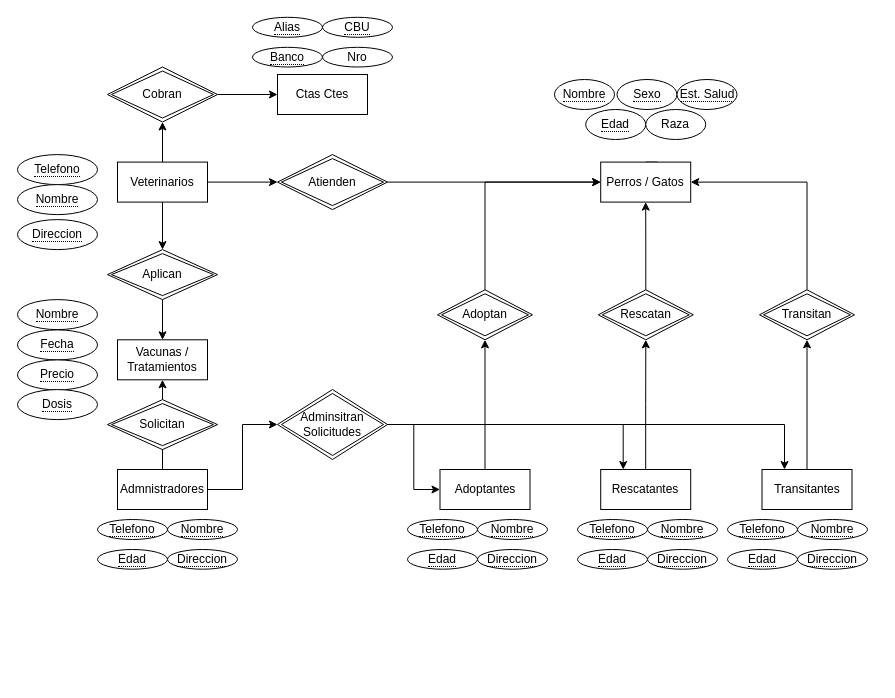
Before: Diagrama sin título.drawio in Dfrugone/ITFS-4, a draw.io diagram. Source tidied: cells renumbered, new cells numbered last; positions are measured from the earlier drawing's top-left corner, leaving out a move shared by most shapes. Both pictures are drawn from the tidied source at 100%, with x=0, y=0 at pixel (17, 17).
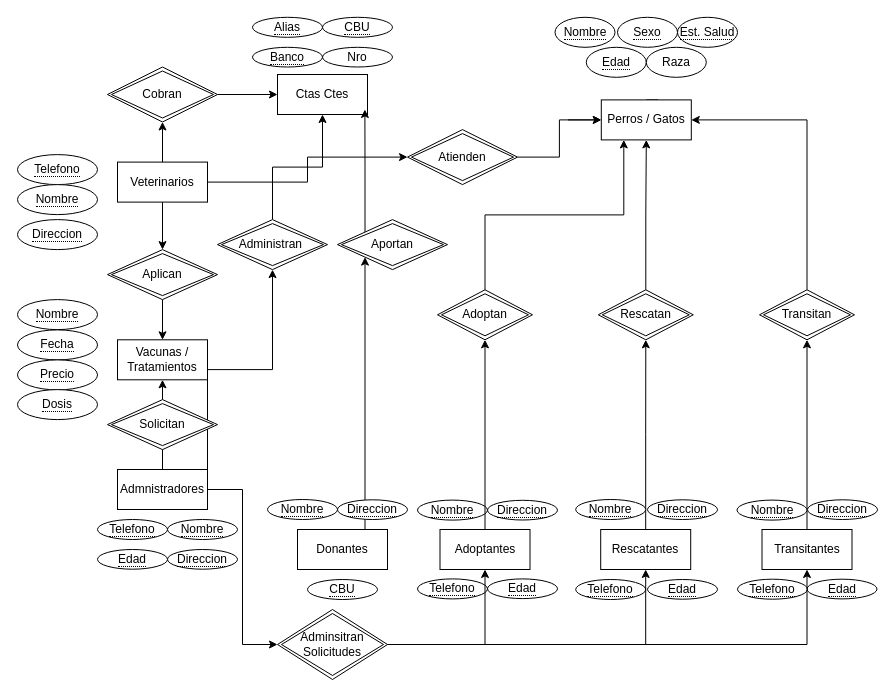
The same diagram, later.

Commit message:
Base Conceptual v2.drawio

The change refers to these unchanged cells:
```xml
<mxCell id="7" value="Adoptan" style="shape=rhombus;double=1;perimeter=rhombusPerimeter;whiteSpace=wrap;html=1;align=center;" parent="1" vertex="1">
  <mxGeometry x="420" y="272.3" width="95" height="50" as="geometry" />
</mxCell>
<mxCell id="46" value="Admnistradores" style="rounded=0;whiteSpace=wrap;html=1;" parent="1" vertex="1">
  <mxGeometry x="100" y="452" width="90" height="40" as="geometry" />
</mxCell>
<mxCell id="62" value="Ctas Ctes" style="rounded=0;whiteSpace=wrap;html=1;" parent="1" vertex="1">
  <mxGeometry x="260" y="57" width="90" height="40" as="geometry" />
</mxCell>
```

Diff of the diagram source:
```diff
@@
     <mxCell id="2" value="&lt;span style=&quot;border-bottom: 1px dotted&quot;&gt;Nombre&lt;/span&gt;" style="ellipse;whiteSpace=wrap;html=1;align=center;" parent="1" vertex="1">
-      <mxGeometry x="537" y="62" width="60" height="30" as="geometry" />
+      <mxGeometry x="537.5" y="-0.2" width="60" height="30" as="geometry" />
     </mxCell>
     <mxCell id="3" value="&lt;span style=&quot;border-bottom: 1px dotted&quot;&gt;Edad&lt;/span&gt;" style="ellipse;whiteSpace=wrap;html=1;align=center;" parent="1" vertex="1">
-      <mxGeometry x="568.2" y="92" width="60" height="30" as="geometry" />
+      <mxGeometry x="568.8" y="29.8" width="60" height="30" as="geometry" />
     </mxCell>
     <mxCell id="4" value="Raza" style="ellipse;whiteSpace=wrap;html=1;align=center;" parent="1" vertex="1">
-      <mxGeometry x="628.2" y="92" width="60" height="30" as="geometry" />
+      <mxGeometry x="628.8" y="29.8" width="60" height="30" as="geometry" />
     </mxCell>
     <mxCell id="5" value="&lt;span style=&quot;border-bottom: 1px dotted&quot;&gt;Sexo&lt;/span&gt;" style="ellipse;whiteSpace=wrap;html=1;align=center;" parent="1" vertex="1">
-      <mxGeometry x="599.5" y="62" width="60" height="30" as="geometry" />
+      <mxGeometry x="600" y="-0.2" width="60" height="30" as="geometry" />
     </mxCell>
-    <mxCell id="6" style="edgeStyle=orthogonalEdgeStyle;rounded=0;jettySize=auto;html=1;exitX=0.5;exitY=0;exitDx=0;exitDy=0;entryX=0;entryY=0.5;entryDx=0;entryDy=0;" parent="1" edge="1" source="7" target="48">
+    <mxCell id="6" style="edgeStyle=orthogonalEdgeStyle;rounded=0;jettySize=auto;html=1;entryX=0;entryY=0.5;entryDx=0;entryDy=0;" parent="1" edge="1" source="29" target="48">
       <mxGeometry relative="1" as="geometry" />
     </mxCell>
@@
     <mxCell id="8" value="&lt;span style=&quot;border-bottom: 1px dotted&quot;&gt;Est. Salud&lt;/span&gt;" style="ellipse;whiteSpace=wrap;html=1;align=center;" parent="1" vertex="1">
-      <mxGeometry x="659.5" y="62" width="60" height="30" as="geometry" />
+      <mxGeometry x="660" y="-0.2" width="60" height="30" as="geometry" />
     </mxCell>
     <mxCell id="9" value="&lt;span style=&quot;border-bottom: 1px dotted&quot;&gt;Nombre&lt;/span&gt;" style="ellipse;whiteSpace=wrap;html=1;align=center;" parent="1" vertex="1">
-      <mxGeometry x="460" y="502" width="70" height="20" as="geometry" />
+      <mxGeometry x="400" y="482.6" width="70" height="20" as="geometry" />
     </mxCell>
     <mxCell id="10" value="&lt;span style=&quot;border-bottom: 1px dotted&quot;&gt;Edad&lt;/span&gt;" style="ellipse;whiteSpace=wrap;html=1;align=center;" parent="1" vertex="1">
-      <mxGeometry x="390" y="532" width="70" height="19.7" as="geometry" />
+      <mxGeometry x="470" y="561.4" width="70" height="19.7" as="geometry" />
     </mxCell>
     <mxCell id="11" value="&lt;span style=&quot;border-bottom: 1px dotted&quot;&gt;Telefono&lt;/span&gt;" style="ellipse;whiteSpace=wrap;html=1;align=center;" parent="1" vertex="1">
-      <mxGeometry x="390" y="502" width="70" height="20" as="geometry" />
+      <mxGeometry x="400" y="561.4" width="70" height="20" as="geometry" />
     </mxCell>
     <mxCell id="12" value="&lt;span style=&quot;border-bottom: 1px dotted&quot;&gt;Direccion&lt;/span&gt;" style="ellipse;whiteSpace=wrap;html=1;align=center;" parent="1" vertex="1">
-      <mxGeometry x="460" y="532" width="70" height="19.7" as="geometry" />
+      <mxGeometry x="470" y="482.8" width="70" height="19.7" as="geometry" />
     </mxCell>
@@
-    <mxCell id="28" style="edgeStyle=orthogonalEdgeStyle;rounded=0;jettySize=auto;html=1;exitX=1;exitY=0.5;exitDx=0;exitDy=0;entryX=0;entryY=0.5;entryDx=0;entryDy=0;" parent="1" edge="1" source="29" target="48">
-      <mxGeometry relative="1" as="geometry" />
+    <mxCell id="28" style="edgeStyle=orthogonalEdgeStyle;rounded=0;jettySize=auto;html=1;exitX=1;exitY=0.5;exitDx=0;exitDy=0;entryX=0;entryY=0.5;entryDx=0;entryDy=0;" parent="1" edge="1" target="48">
+      <mxGeometry relative="1" as="geometry">
+        <mxPoint x="550.5" y="102.4" as="sourcePoint" />
+      </mxGeometry>
     </mxCell>
-    <mxCell id="29" value="Atienden" style="shape=rhombus;double=1;perimeter=rhombusPerimeter;whiteSpace=wrap;html=1;align=center;" parent="1" vertex="1">
-      <mxGeometry x="260" y="137.1" width="110" height="55" as="geometry" />
-    </mxCell>
@@
     <mxCell id="31" value="Adoptantes" style="rounded=0;whiteSpace=wrap;html=1;" parent="1" vertex="1">
-      <mxGeometry x="422.5" y="452" width="90" height="40" as="geometry" />
+      <mxGeometry x="422.5" y="512" width="90" height="40" as="geometry" />
     </mxCell>
@@
     <mxCell id="33" value="Rescatantes" style="rounded=0;whiteSpace=wrap;html=1;" parent="1" vertex="1">
-      <mxGeometry x="583.2" y="452" width="90" height="40" as="geometry" />
+      <mxGeometry x="583.2" y="512" width="90" height="40" as="geometry" />
     </mxCell>
     <mxCell id="34" style="edgeStyle=orthogonalEdgeStyle;rounded=0;jettySize=auto;html=1;exitX=0.5;exitY=0;exitDx=0;exitDy=0;" parent="1" edge="1" source="48">
       <mxGeometry relative="1" as="geometry">
-        <mxPoint x="640" y="172" as="targetPoint" />
+        <mxPoint x="640.5" y="109.8" as="targetPoint" />
       </mxGeometry>
     </mxCell>
@@
     <mxCell id="37" value="Transitantes" style="rounded=0;whiteSpace=wrap;html=1;" parent="1" vertex="1">
-      <mxGeometry x="744.5" y="452" width="90" height="40" as="geometry" />
+      <mxGeometry x="744.5" y="512" width="90" height="40" as="geometry" />
     </mxCell>
     <mxCell id="38" value="&lt;span style=&quot;border-bottom: 1px dotted&quot;&gt;Nombre&lt;/span&gt;" style="ellipse;whiteSpace=wrap;html=1;align=center;" parent="1" vertex="1">
-      <mxGeometry x="630" y="502" width="70" height="20" as="geometry" />
+      <mxGeometry x="558.2" y="482" width="70" height="20" as="geometry" />
     </mxCell>
     <mxCell id="39" value="&lt;span style=&quot;border-bottom: 1px dotted&quot;&gt;Edad&lt;/span&gt;" style="ellipse;whiteSpace=wrap;html=1;align=center;" parent="1" vertex="1">
-      <mxGeometry x="560" y="532" width="70" height="19.7" as="geometry" />
+      <mxGeometry x="630" y="562" width="70" height="19.7" as="geometry" />
     </mxCell>
     <mxCell id="40" value="&lt;span style=&quot;border-bottom: 1px dotted&quot;&gt;Telefono&lt;/span&gt;" style="ellipse;whiteSpace=wrap;html=1;align=center;" parent="1" vertex="1">
-      <mxGeometry x="560" y="502" width="70" height="20" as="geometry" />
+      <mxGeometry x="558.2" y="562" width="70" height="20" as="geometry" />
     </mxCell>
     <mxCell id="41" value="&lt;span style=&quot;border-bottom: 1px dotted&quot;&gt;Direccion&lt;/span&gt;" style="ellipse;whiteSpace=wrap;html=1;align=center;" parent="1" vertex="1">
-      <mxGeometry x="630" y="532" width="70" height="19.7" as="geometry" />
+      <mxGeometry x="630" y="482.3" width="70" height="19.7" as="geometry" />
     </mxCell>
@@
+    <mxCell id="69" style="edgeStyle=orthogonalEdgeStyle;rounded=0;jettySize=auto;html=1;exitX=1;exitY=0;exitDx=0;exitDy=0;entryX=0.5;entryY=1;entryDx=0;entryDy=0;" parent="1" edge="1" source="46" target="71">
+      <mxGeometry relative="1" as="geometry" />
+    </mxCell>
@@
     <mxCell id="48" value="Perros / Gatos" style="rounded=0;whiteSpace=wrap;html=1;" parent="1" vertex="1">
-      <mxGeometry x="583.2" y="144.6" width="90" height="40" as="geometry" />
+      <mxGeometry x="583.8" y="82.4" width="90" height="40" as="geometry" />
     </mxCell>
     <mxCell id="49" value="&lt;span style=&quot;border-bottom: 1px dotted&quot;&gt;Nombre&lt;/span&gt;" style="ellipse;whiteSpace=wrap;html=1;align=center;" parent="1" vertex="1">
-      <mxGeometry x="780" y="502" width="70" height="20" as="geometry" />
+      <mxGeometry x="719.5" y="482.6" width="70" height="20" as="geometry" />
     </mxCell>
     <mxCell id="50" value="&lt;span style=&quot;border-bottom: 1px dotted&quot;&gt;Edad&lt;/span&gt;" style="ellipse;whiteSpace=wrap;html=1;align=center;" parent="1" vertex="1">
-      <mxGeometry x="710" y="532" width="70" height="19.7" as="geometry" />
+      <mxGeometry x="789.5" y="561.7" width="70" height="19.7" as="geometry" />
     </mxCell>
     <mxCell id="51" value="&lt;span style=&quot;border-bottom: 1px dotted&quot;&gt;Telefono&lt;/span&gt;" style="ellipse;whiteSpace=wrap;html=1;align=center;" parent="1" vertex="1">
-      <mxGeometry x="710" y="502" width="70" height="20" as="geometry" />
+      <mxGeometry x="720" y="561.7" width="70" height="20" as="geometry" />
     </mxCell>
     <mxCell id="52" value="&lt;span style=&quot;border-bottom: 1px dotted&quot;&gt;Direccion&lt;/span&gt;" style="ellipse;whiteSpace=wrap;html=1;align=center;" parent="1" vertex="1">
-      <mxGeometry x="780" y="532" width="70" height="19.7" as="geometry" />
+      <mxGeometry x="790" y="482.3" width="70" height="19.7" as="geometry" />
     </mxCell>
-    <mxCell id="53" style="edgeStyle=orthogonalEdgeStyle;rounded=0;jettySize=auto;html=1;exitX=1;exitY=0.5;exitDx=0;exitDy=0;entryX=0;entryY=0.5;entryDx=0;entryDy=0;" parent="1" edge="1" source="56" target="31">
+    <mxCell id="53" style="edgeStyle=orthogonalEdgeStyle;rounded=0;jettySize=auto;html=1;exitX=1;exitY=0.5;exitDx=0;exitDy=0;entryX=0.5;entryY=1;entryDx=0;entryDy=0;" parent="1" edge="1" source="56" target="31">
       <mxGeometry relative="1" as="geometry" />
     </mxCell>
-    <mxCell id="54" style="edgeStyle=orthogonalEdgeStyle;rounded=0;jettySize=auto;html=1;exitX=1;exitY=0.5;exitDx=0;exitDy=0;entryX=0.25;entryY=0;entryDx=0;entryDy=0;" parent="1" edge="1" source="56" target="33">
+    <mxCell id="54" style="edgeStyle=orthogonalEdgeStyle;rounded=0;jettySize=auto;html=1;exitX=1;exitY=0.5;exitDx=0;exitDy=0;entryX=0.5;entryY=1;entryDx=0;entryDy=0;" parent="1" edge="1" source="56" target="33">
       <mxGeometry relative="1" as="geometry" />
     </mxCell>
-    <mxCell id="55" style="edgeStyle=orthogonalEdgeStyle;rounded=0;jettySize=auto;html=1;exitX=1;exitY=0.5;exitDx=0;exitDy=0;entryX=0.25;entryY=0;entryDx=0;entryDy=0;" parent="1" edge="1" source="56" target="37">
+    <mxCell id="55" style="edgeStyle=orthogonalEdgeStyle;rounded=0;jettySize=auto;html=1;exitX=1;exitY=0.5;exitDx=0;exitDy=0;entryX=0.5;entryY=1;entryDx=0;entryDy=0;" parent="1" edge="1" source="56" target="37">
       <mxGeometry relative="1" as="geometry" />
     </mxCell>
     <mxCell id="56" value="Adminsitran Solicitudes" style="shape=rhombus;double=1;perimeter=rhombusPerimeter;whiteSpace=wrap;html=1;align=center;" parent="1" vertex="1">
-      <mxGeometry x="260" y="372" width="110" height="70" as="geometry" />
+      <mxGeometry x="260" y="592" width="110" height="70" as="geometry" />
     </mxCell>
@@
+    <mxCell id="70" style="edgeStyle=orthogonalEdgeStyle;rounded=0;jettySize=auto;html=1;exitX=0.5;exitY=0;exitDx=0;exitDy=0;entryX=0.5;entryY=1;entryDx=0;entryDy=0;" parent="1" edge="1" source="71" target="62">
+      <mxGeometry relative="1" as="geometry" />
+    </mxCell>
+    <mxCell id="71" value="Administran&amp;nbsp;" style="shape=rhombus;double=1;perimeter=rhombusPerimeter;whiteSpace=wrap;html=1;align=center;" parent="1" vertex="1">
+      <mxGeometry x="200" y="202.1" width="110" height="50" as="geometry" />
+    </mxCell>
+    <mxCell id="72" style="edgeStyle=orthogonalEdgeStyle;rounded=0;jettySize=auto;html=1;exitX=0.5;exitY=0;exitDx=0;exitDy=0;entryX=0.25;entryY=1;entryDx=0;entryDy=0;" parent="1" edge="1" source="7" target="48">
+      <mxGeometry relative="1" as="geometry" />
+    </mxCell>
+    <mxCell id="29" value="Atienden" style="shape=rhombus;double=1;perimeter=rhombusPerimeter;whiteSpace=wrap;html=1;align=center;" parent="1" vertex="1">
+      <mxGeometry x="390" y="112.1" width="110" height="55" as="geometry" />
+    </mxCell>
+    <mxCell id="73" value="Aportan" style="shape=rhombus;double=1;perimeter=rhombusPerimeter;whiteSpace=wrap;html=1;align=center;" parent="1" vertex="1">
+      <mxGeometry x="320" y="202.1" width="110" height="50" as="geometry" />
+    </mxCell>
+    <mxCell id="74" style="edgeStyle=orthogonalEdgeStyle;rounded=0;jettySize=auto;html=1;exitX=0.75;exitY=0;exitDx=0;exitDy=0;entryX=0;entryY=1;entryDx=0;entryDy=0;" parent="1" edge="1" source="75" target="73">
+      <mxGeometry relative="1" as="geometry" />
+    </mxCell>
+    <mxCell id="75" value="Donantes" style="rounded=0;whiteSpace=wrap;html=1;" parent="1" vertex="1">
+      <mxGeometry x="280" y="512" width="90" height="40" as="geometry" />
+    </mxCell>
+    <mxCell id="76" value="&lt;span style=&quot;border-bottom: 1px dotted&quot;&gt;Nombre&lt;/span&gt;" style="ellipse;whiteSpace=wrap;html=1;align=center;" parent="1" vertex="1">
+      <mxGeometry x="250" y="482" width="70" height="20" as="geometry" />
+    </mxCell>
+    <mxCell id="77" value="&lt;span style=&quot;border-bottom: 1px dotted&quot;&gt;Direccion&lt;/span&gt;" style="ellipse;whiteSpace=wrap;html=1;align=center;" parent="1" vertex="1">
+      <mxGeometry x="320" y="482.3" width="70" height="19.7" as="geometry" />
+    </mxCell>
+    <mxCell id="78" value="&lt;span style=&quot;border-bottom: 1px dotted&quot;&gt;CBU&lt;/span&gt;" style="ellipse;whiteSpace=wrap;html=1;align=center;" parent="1" vertex="1">
+      <mxGeometry x="290" y="562" width="70" height="20" as="geometry" />
+    </mxCell>
+    <mxCell id="79" style="edgeStyle=orthogonalEdgeStyle;rounded=0;jettySize=auto;html=1;exitX=0;exitY=0;exitDx=0;exitDy=0;entryX=0.971;entryY=0.875;entryDx=0;entryDy=0;entryPerimeter=0;" parent="1" edge="1" source="73" target="62">
+      <mxGeometry relative="1" as="geometry" />
+    </mxCell>
```
